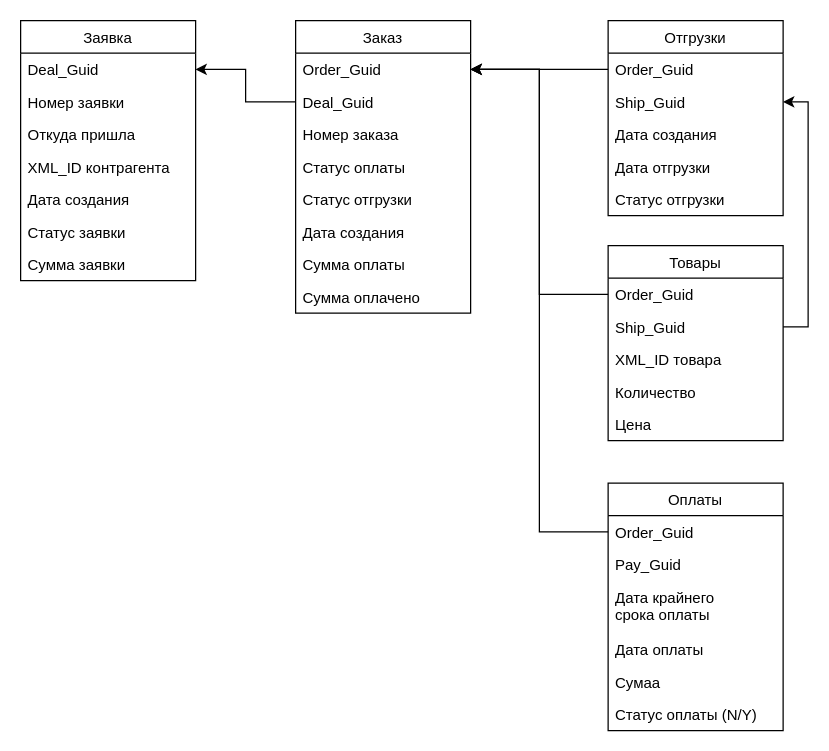
Earlier version of the draw.io diagram 12345646.drawio (cTu4/Draw). Source tidied: cells renumbered, new cells numbered last; positions are measured from the earlier drawing's top-left corner, leaving out a move shared by most shapes. Both pictures are drawn from the tidied source at 125%, with x=0, y=0 at pixel (20, 20).
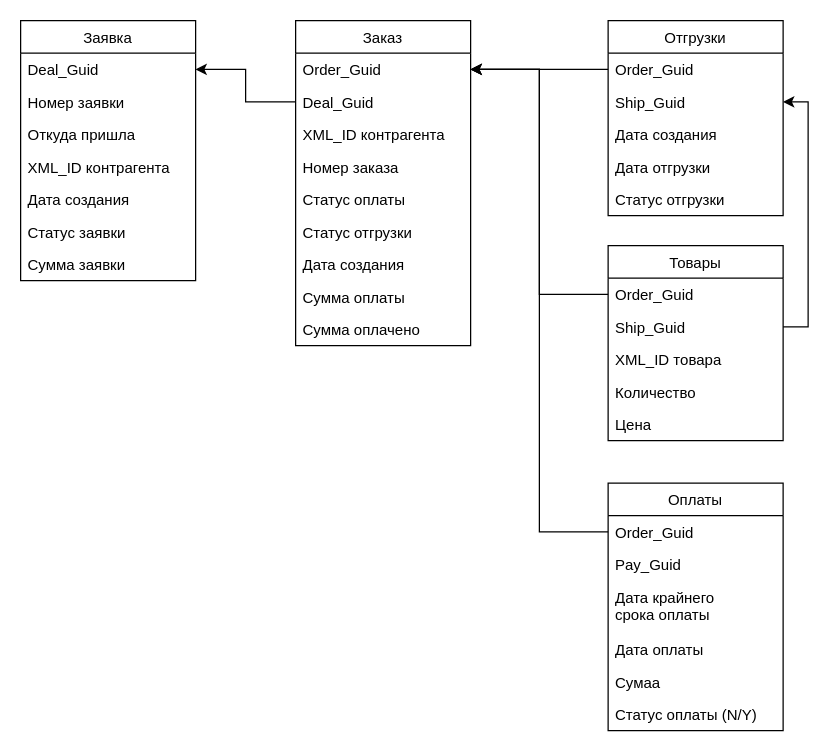
After the change.

Diff of the diagram source:
```diff
@@
     <mxCell id="10" value="Заказ" style="swimlane;fontStyle=0;horizontal=1;startSize=26;fillColor=none;" parent="1" vertex="1">
-      <mxGeometry x="220" width="140" height="234" as="geometry" />
+      <mxGeometry x="220" width="140" height="260" as="geometry" />
     </mxCell>
@@
+    <mxCell id="43" value="XML_ID контрагента" style="text;strokeColor=none;fillColor=none;align=left;verticalAlign=top;spacingLeft=4;spacingRight=4;overflow=hidden;" parent="10" vertex="1">
+      <mxGeometry y="78" width="140" height="26" as="geometry" />
+    </mxCell>
     <mxCell id="13" value="Номер заказа" style="text;strokeColor=none;fillColor=none;align=left;verticalAlign=top;spacingLeft=4;spacingRight=4;overflow=hidden;" parent="10" vertex="1">
-      <mxGeometry y="78" width="140" height="26" as="geometry" />
+      <mxGeometry y="104" width="140" height="26" as="geometry" />
     </mxCell>
     <mxCell id="14" value="Статус оплаты" style="text;strokeColor=none;fillColor=none;align=left;verticalAlign=top;spacingLeft=4;spacingRight=4;overflow=hidden;" parent="10" vertex="1">
-      <mxGeometry y="104" width="140" height="26" as="geometry" />
+      <mxGeometry y="130" width="140" height="26" as="geometry" />
     </mxCell>
     <mxCell id="15" value="Статус отгрузки" style="text;strokeColor=none;fillColor=none;align=left;verticalAlign=top;spacingLeft=4;spacingRight=4;overflow=hidden;" parent="10" vertex="1">
-      <mxGeometry y="130" width="140" height="26" as="geometry" />
+      <mxGeometry y="156" width="140" height="26" as="geometry" />
     </mxCell>
     <mxCell id="16" value="Дата создания" style="text;strokeColor=none;fillColor=none;align=left;verticalAlign=top;spacingLeft=4;spacingRight=4;overflow=hidden;" parent="10" vertex="1">
-      <mxGeometry y="156" width="140" height="26" as="geometry" />
+      <mxGeometry y="182" width="140" height="26" as="geometry" />
     </mxCell>
     <mxCell id="17" value="Сумма оплаты" style="text;strokeColor=none;fillColor=none;align=left;verticalAlign=top;spacingLeft=4;spacingRight=4;overflow=hidden;" parent="10" vertex="1">
-      <mxGeometry y="182" width="140" height="26" as="geometry" />
+      <mxGeometry y="208" width="140" height="26" as="geometry" />
     </mxCell>
     <mxCell id="18" value="Сумма оплачено" style="text;strokeColor=none;fillColor=none;align=left;verticalAlign=top;spacingLeft=4;spacingRight=4;overflow=hidden;" parent="10" vertex="1">
-      <mxGeometry y="208" width="140" height="26" as="geometry" />
+      <mxGeometry y="234" width="140" height="26" as="geometry" />
     </mxCell>
```
